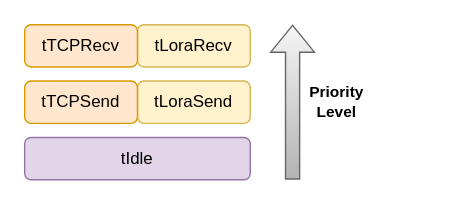
Earlier version of the draw.io diagram page "threadsPriority" (3 of 5) of project/report/flowcharts/Gatewaytasks/GWthreads.drawio (ESRGgroup9/slipad). Source tidied: cells renumbered, new cells numbered last; positions are measured from the earlier drawing's top-left corner, leaving out a move shared by most shapes. Both pictures are drawn from the tidied source at 141%, with x=0, y=0 at pixel (24, 24).
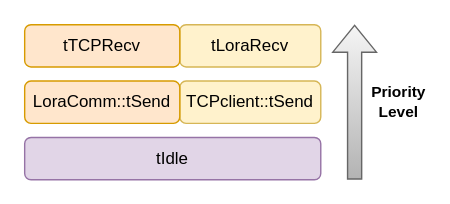
The same diagram, later.

The edit, as a diff of the source:
```diff
@@
 <mxGraphModel>
   <root>
     <mxCell id="0" />
     <mxCell id="1" parent="0" />
     <mxCell id="2" value="tLoraRecv" style="rounded=1;whiteSpace=wrap;html=1;fillColor=#fff2cc;strokeColor=#d6b656;" parent="1" vertex="1">
-      <mxGeometry x="80" width="80" height="30" as="geometry" />
+      <mxGeometry x="110" width="100" height="30" as="geometry" />
     </mxCell>
-    <mxCell id="3" value="tLoraSend" style="rounded=1;whiteSpace=wrap;html=1;fillColor=#fff2cc;strokeColor=#d6b656;" parent="1" vertex="1">
-      <mxGeometry x="80" y="40" width="80" height="30" as="geometry" />
+    <mxCell id="3" value="TCPclient::tSend" style="rounded=1;whiteSpace=wrap;html=1;fillColor=#fff2cc;strokeColor=#d6b656;" parent="1" vertex="1">
+      <mxGeometry x="110" y="40" width="100" height="30" as="geometry" />
     </mxCell>
     <mxCell id="4" value="tIdle" style="rounded=1;whiteSpace=wrap;html=1;fillColor=#e1d5e7;strokeColor=#9673a6;" parent="1" vertex="1">
-      <mxGeometry y="80" width="160" height="30" as="geometry" />
+      <mxGeometry y="80" width="210" height="30" as="geometry" />
     </mxCell>
     <mxCell id="5" style="shape=flexArrow;endArrow=classic;html=1;rounded=0;fillColor=#f5f5f5;gradientColor=#b3b3b3;strokeColor=#666666;" parent="1" edge="1">
       <mxGeometry relative="1" as="geometry">
-        <mxPoint x="190" y="110" as="sourcePoint" />
-        <mxPoint x="190" as="targetPoint" />
+        <mxPoint x="234" y="110" as="sourcePoint" />
+        <mxPoint x="234" as="targetPoint" />
       </mxGeometry>
     </mxCell>
     <mxCell id="6" value="&lt;div&gt;Priority&lt;/div&gt;&lt;div&gt;Level&lt;/div&gt;" style="edgeLabel;html=1;align=center;verticalAlign=middle;labelBackgroundColor=default;fontStyle=1;" parent="5" vertex="1">
       <mxGeometry x="0.54" y="-2" relative="1" as="geometry">
         <mxPoint x="28" y="29" as="offset" />
       </mxGeometry>
     </mxCell>
     <mxCell id="7" value="tTCPRecv" style="rounded=1;whiteSpace=wrap;html=1;fillColor=#ffe6cc;strokeColor=#d79b00;" parent="1" vertex="1">
-      <mxGeometry width="80" height="30" as="geometry" />
+      <mxGeometry width="110" height="30" as="geometry" />
     </mxCell>
-    <mxCell id="8" value="tTCPSend" style="rounded=1;whiteSpace=wrap;html=1;fillColor=#ffe6cc;strokeColor=#d79b00;" parent="1" vertex="1">
-      <mxGeometry y="40" width="80" height="30" as="geometry" />
+    <mxCell id="8" value="LoraComm::tSend" style="rounded=1;whiteSpace=wrap;html=1;fillColor=#ffe6cc;strokeColor=#d79b00;" parent="1" vertex="1">
+      <mxGeometry y="40" width="110" height="30" as="geometry" />
     </mxCell>
   </root>
 </mxGraphModel>
```
